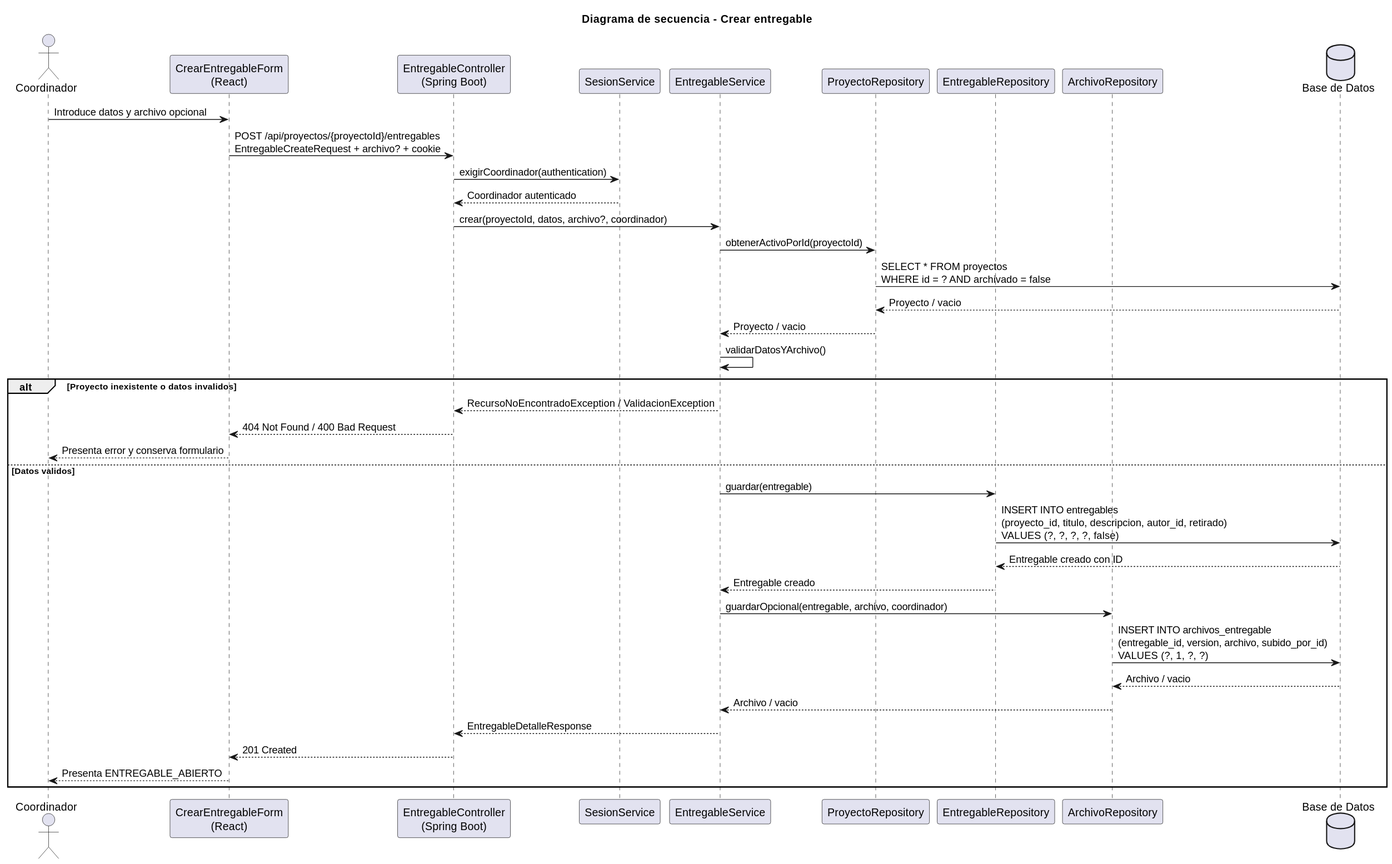
The PlantUML diagram images/RUP/02-diseño/casos-uso/coordinador/crearEntregable/secuencia.svg in beatriizorozco/25-26-idsw2-sdVC, before a commit.
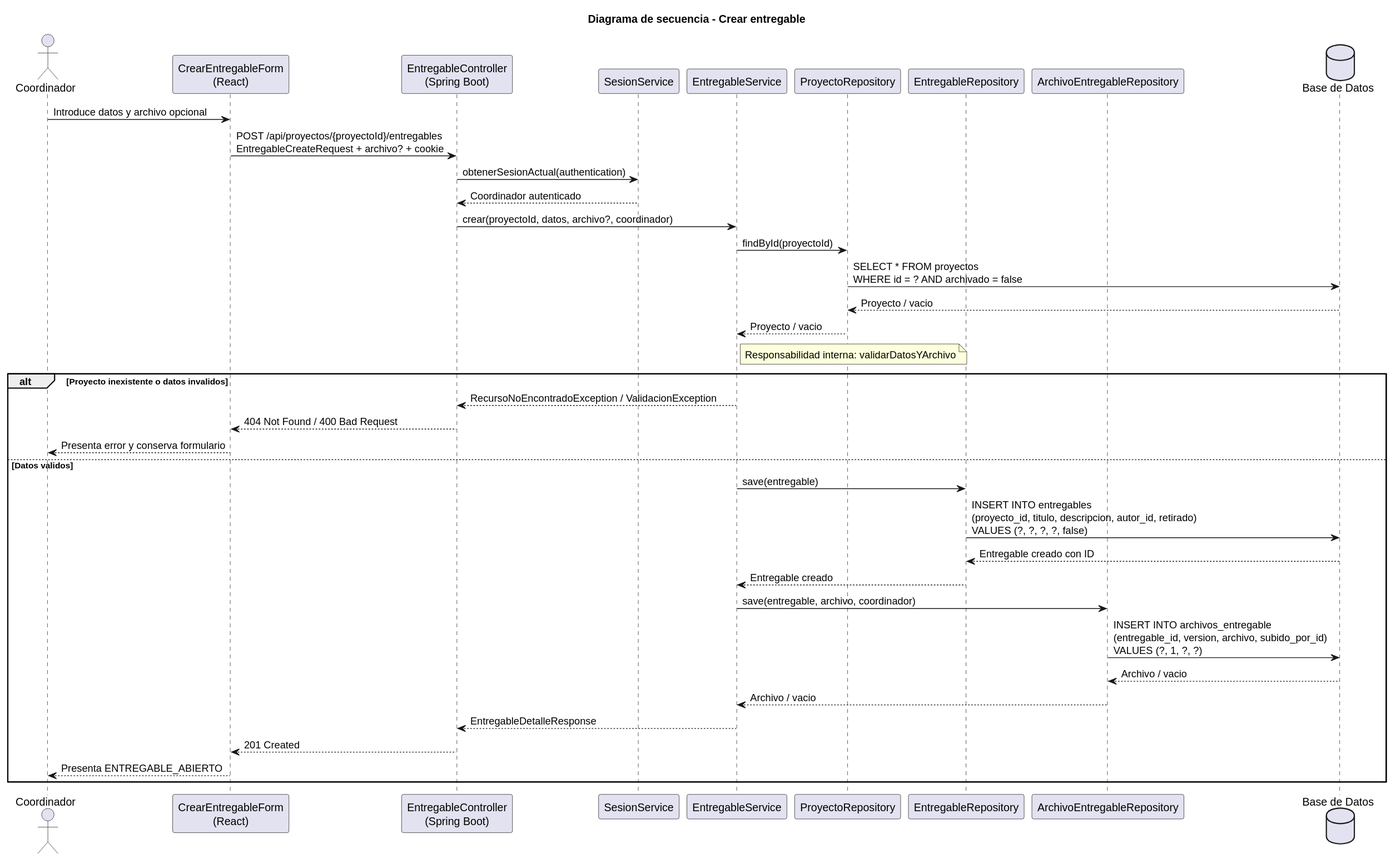
The same file after the commit.

Change to the diagram source:
```diff
@@ -7,29 +7,29 @@
 participant "EntregableService" as Service
 participant "ProyectoRepository" as ProyectoRepo
 participant "EntregableRepository" as Repo
-participant "ArchivoRepository" as ArchivoRepo
+participant "ArchivoEntregableRepository" as ArchivoRepo
 database "Base de Datos" as DB
 
 Coordinador -> Frontend: Introduce datos y archivo opcional
 Frontend -> Api: POST /api/proyectos/{proyectoId}/entregables\nEntregableCreateRequest + archivo? + cookie
-Api -> Sesion: exigirCoordinador(authentication)
+Api -> Sesion: obtenerSesionActual(authentication)
 Sesion --> Api: Coordinador autenticado
 Api -> Service: crear(proyectoId, datos, archivo?, coordinador)
-Service -> ProyectoRepo: obtenerActivoPorId(proyectoId)
+Service -> ProyectoRepo: findById(proyectoId)
 ProyectoRepo -> DB: SELECT * FROM proyectos\nWHERE id = ? AND archivado = false
 DB --> ProyectoRepo: Proyecto / vacio
 ProyectoRepo --> Service: Proyecto / vacio
-Service -> Service: validarDatosYArchivo()
+note right of Service: Responsabilidad interna: validarDatosYArchivo
 alt Proyecto inexistente o datos invalidos
   Service --> Api: RecursoNoEncontradoException / ValidacionException
   Api --> Frontend: 404 Not Found / 400 Bad Request
   Frontend --> Coordinador: Presenta error y conserva formulario
 else Datos validos
-  Service -> Repo: guardar(entregable)
+  Service -> Repo: save(entregable)
   Repo -> DB: INSERT INTO entregables\n(proyecto_id, titulo, descripcion, autor_id, retirado)\nVALUES (?, ?, ?, ?, false)
   DB --> Repo: Entregable creado con ID
   Repo --> Service: Entregable creado
-  Service -> ArchivoRepo: guardarOpcional(entregable, archivo, coordinador)
+  Service -> ArchivoRepo: save(entregable, archivo, coordinador)
   ArchivoRepo -> DB: INSERT INTO archivos_entregable\n(entregable_id, version, archivo, subido_por_id)\nVALUES (?, 1, ?, ?)
   DB --> ArchivoRepo: Archivo / vacio
   ArchivoRepo --> Service: Archivo / vacio
```
